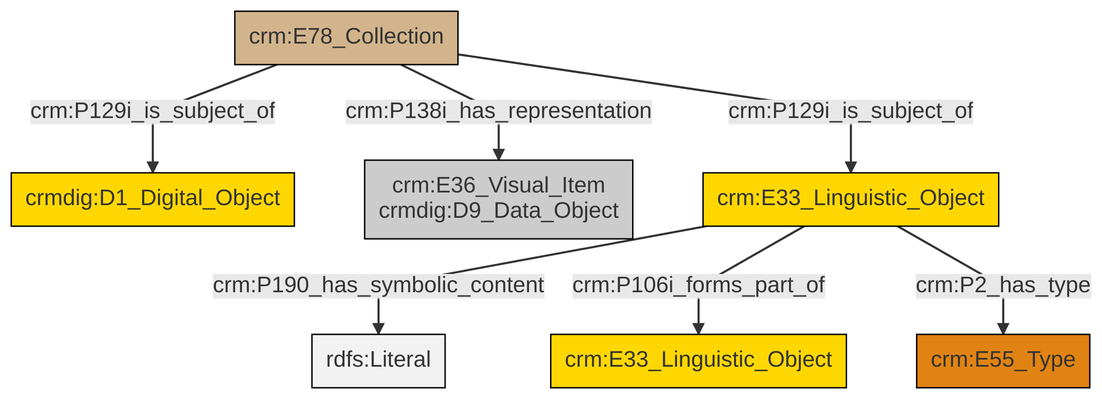
Before: et/archivalCSV/ttl/mmd/png/archival_docs.png, a diagram exported from Mermaid (swiss-art-research-net/docs.swissartresearch). Its source is kept beside it as et/archivalCSV/ttl/mmd/archival_docs.ttl.mmd.
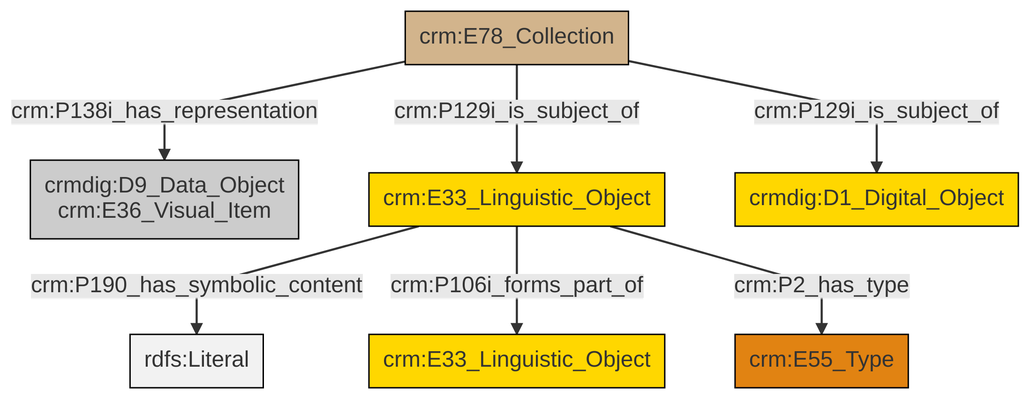
After the change.

Diff of the diagram source:
```diff
@@ -13,9 +13,9 @@
 classDef PC_Classes fill:#4ce600, stroke:#000000;
 classDef Multi fill:#cccccc,stroke:#000000;
 
-6["crm:E78_Collection"]:::Physical_Thing -->|crm:P129i_is_subject_of| 7["crm:E33_Linguistic_Object"]:::Conceptual_Object
-6["crm:E78_Collection"]:::Physical_Thing -->|crm:P129i_is_subject_of| 0["crmdig:D1_Digital_Object"]:::Conceptual_Object
-7["crm:E33_Linguistic_Object"]:::Conceptual_Object -->|crm:P190_has_symbolic_content| 11[rdfs:Literal]:::Literal
-7["crm:E33_Linguistic_Object"]:::Conceptual_Object -->|crm:P106i_forms_part_of| 13["crm:E33_Linguistic_Object"]:::Conceptual_Object
-7["crm:E33_Linguistic_Object"]:::Conceptual_Object -->|crm:P2_has_type| 4["crm:E55_Type"]:::Type
-6["crm:E78_Collection"]:::Physical_Thing -->|crm:P138i_has_representation| 2["crm:E36_Visual_Item<br>crmdig:D9_Data_Object"]:::Multi
+2["crm:E33_Linguistic_Object"]:::Conceptual_Object -->|crm:P190_has_symbolic_content| 3[rdfs:Literal]:::Literal
+4["crm:E78_Collection"]:::Physical_Thing -->|crm:P129i_is_subject_of| 5["crmdig:D1_Digital_Object"]:::Conceptual_Object
+2["crm:E33_Linguistic_Object"]:::Conceptual_Object -->|crm:P106i_forms_part_of| 6["crm:E33_Linguistic_Object"]:::Conceptual_Object
+4["crm:E78_Collection"]:::Physical_Thing -->|crm:P138i_has_representation| 0["crmdig:D9_Data_Object<br>crm:E36_Visual_Item"]:::Multi
+2["crm:E33_Linguistic_Object"]:::Conceptual_Object -->|crm:P2_has_type| 8["crm:E55_Type"]:::Type
+4["crm:E78_Collection"]:::Physical_Thing -->|crm:P129i_is_subject_of| 2["crm:E33_Linguistic_Object"]:::Conceptual_Object
```
